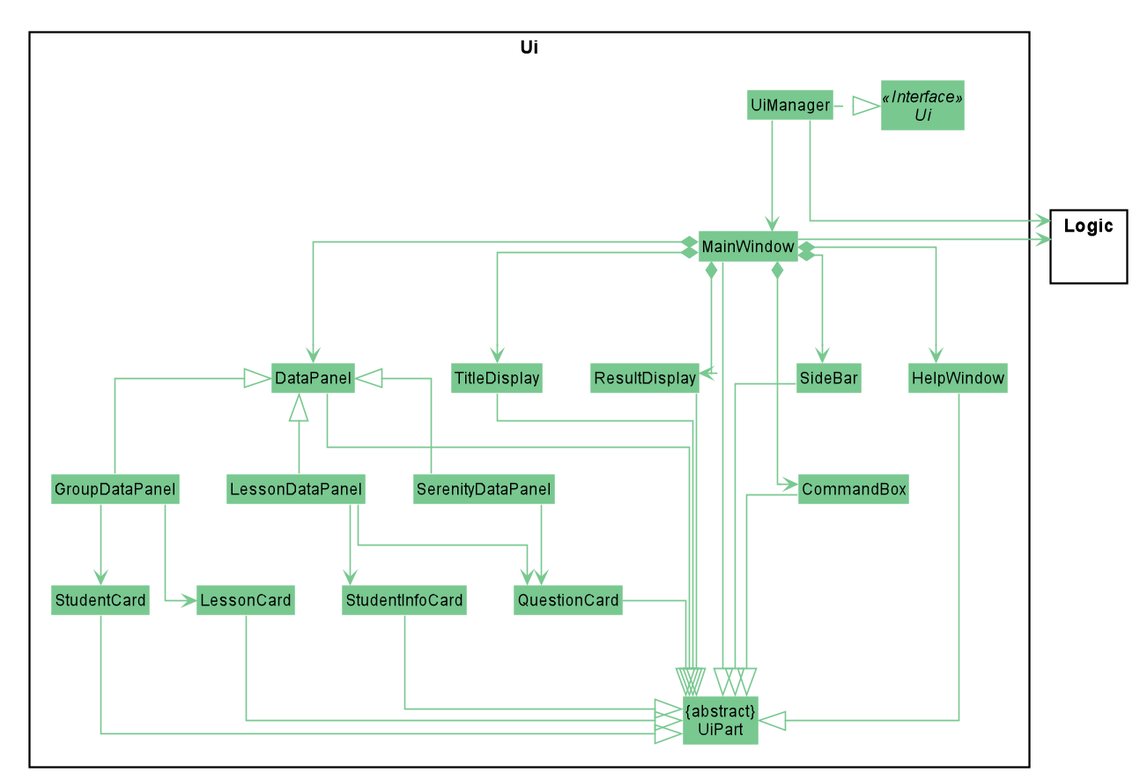
xinyee20/tp keeps this PlantUML diagram as docs/images/UiClassDiagram.png. Above is the earlier version.
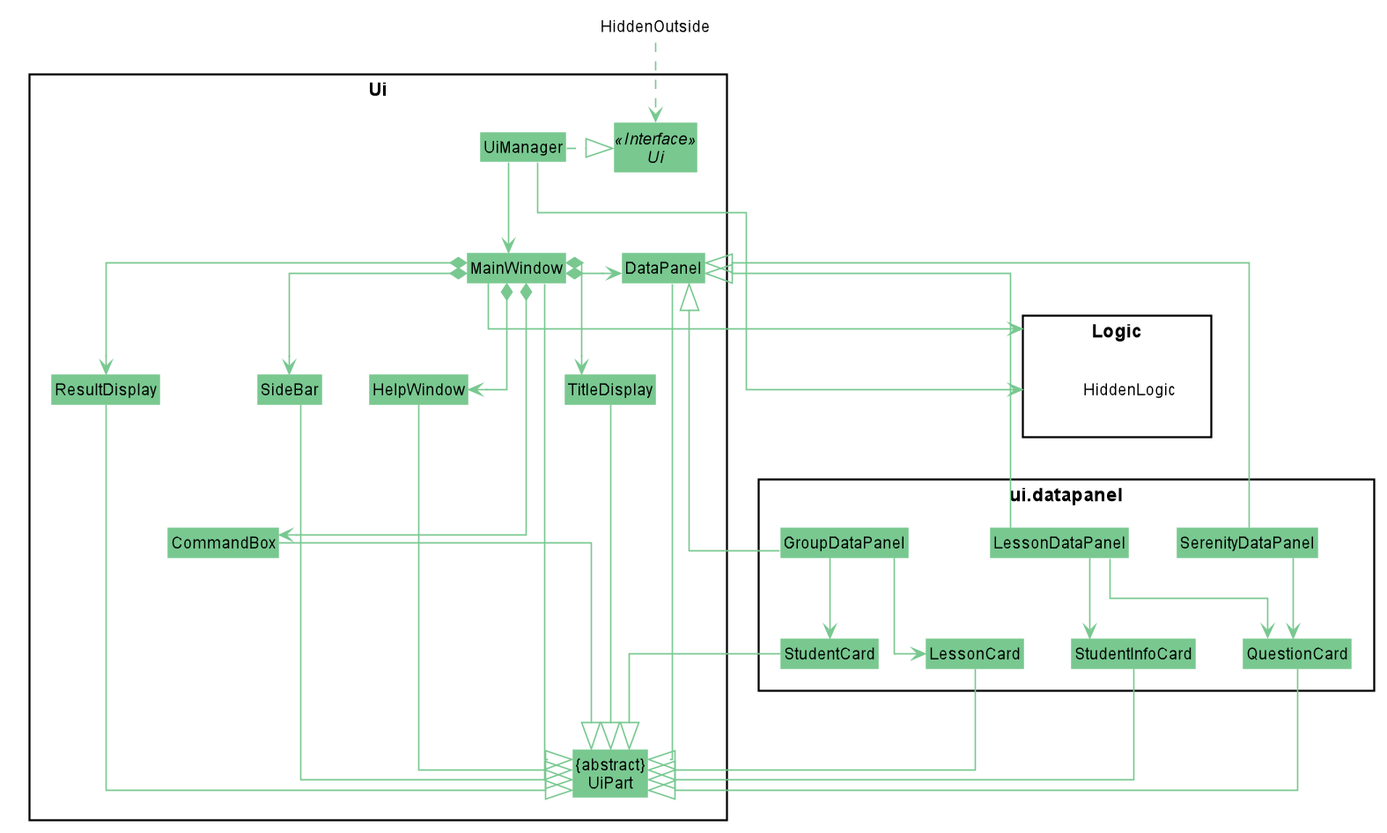
After the change.

What changed in the source:
```diff
@@ -69,6 +69,9 @@
 Class SideBar
 Class HelpWindow
 Class DataPanel
+}
+
+package ui.datapanel {
 Class SerenityDataPanel
 Class GroupDataPanel
 Class LessonDataPanel
@@ -78,7 +81,12 @@
 Class QuestionCard
 }
 
-package Logic {}
+package Logic {
+Class HiddenLogic #white
+}
+
+Class HiddenOutside #FFFFFF
+HiddenOutside ..> Ui
 
 UiManager .right.|> Ui
 UiManager -down-> MainWindow
@@ -112,7 +120,9 @@
 StudentInfoCard -down-|> UiPart
 QuestionCard -down-|> UiPart
 
-UiManager -right-> Logic
-MainWindow -right-> Logic
+HiddenLogic -down[hidden]-> SerenityDataPanel
+
+UiManager --> Logic
+MainWindow ---> Logic
 
 @enduml
```
